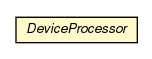
Earlier version of the Graphviz export javadoc/coreserver/com/connectlife/coreserver/environment/DeviceProcessor.png (ericpinet/ConnectLife). Its source is kept beside it as javadoc/coreserver/com/connectlife/coreserver/environment/DeviceProcessor.dot.
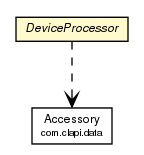
Above is the later version.

What changed in the source:
```diff
@@ -4,9 +4,16 @@
 	node [fontname="Helvetica",fontsize=10,shape=plaintext];
 	nodesep=0.25;
 	ranksep=0.5;
-	c1264 [label=<<table title="com.connectlife.coreserver.environment.DeviceProcessor" border="0" cellborder="1" cellspacing="0" cellpadding="2" port="p" bgcolor="lemonChiffon" href="./DeviceProcessor.html">
+	c1389 [label=<<table title="com.connectlife.coreserver.environment.DeviceProcessor" border="0" cellborder="1" cellspacing="0" cellpadding="2" port="p" bgcolor="lemonChiffon" href="./DeviceProcessor.html">
 		<tr><td><table border="0" cellspacing="0" cellpadding="1">
 <tr><td align="center" balign="center"><font face="Helvetica-Oblique"> DeviceProcessor </font></td></tr>
 		</table></td></tr>
-		</table>>, fontname="Helvetica", fontcolor="black", fontsize=10.0];
+		</table>>, fontname="Helvetica", fontcolor="black", fontsize=9.0];
+	c1389:p -> c1412:p [taillabel="", label="", headlabel="", fontname="Helvetica", fontcolor="black", fontsize=10.0, color="black", arrowhead=open, style=dashed];
+	c1412 [label=<<table title="com.clapi.data.Accessory" border="0" cellborder="1" cellspacing="0" cellpadding="2" port="p" href="http://java.sun.com/j2se/1.4.2/docs/api/com/clapi/data/Accessory.html">
+		<tr><td><table border="0" cellspacing="0" cellpadding="1">
+<tr><td align="center" balign="center"> Accessory </td></tr>
+<tr><td align="center" balign="center"><font point-size="7.0"> com.clapi.data </font></td></tr>
+		</table></td></tr>
+		</table>>, fontname="Helvetica", fontcolor="black", fontsize=9.0];
 }
```
